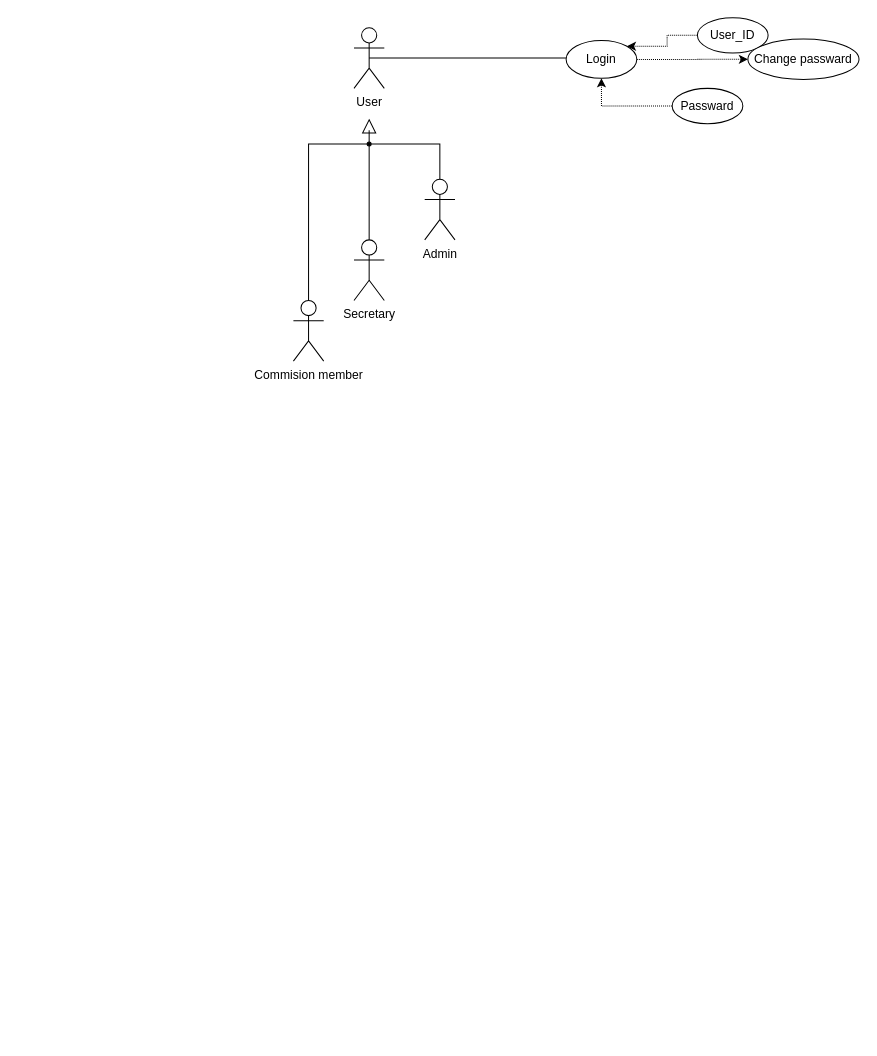
The draw.io diagram Untitled Diagram.drawio in gch144/ArtGallary_Databases, before the edit. Source tidied: cells renumbered, new cells numbered last; positions are measured from the earlier drawing's top-left corner, leaving out a move shared by most shapes. Both pictures are drawn from the tidied source at 101%, with x=0, y=0 at pixel (293, 17).
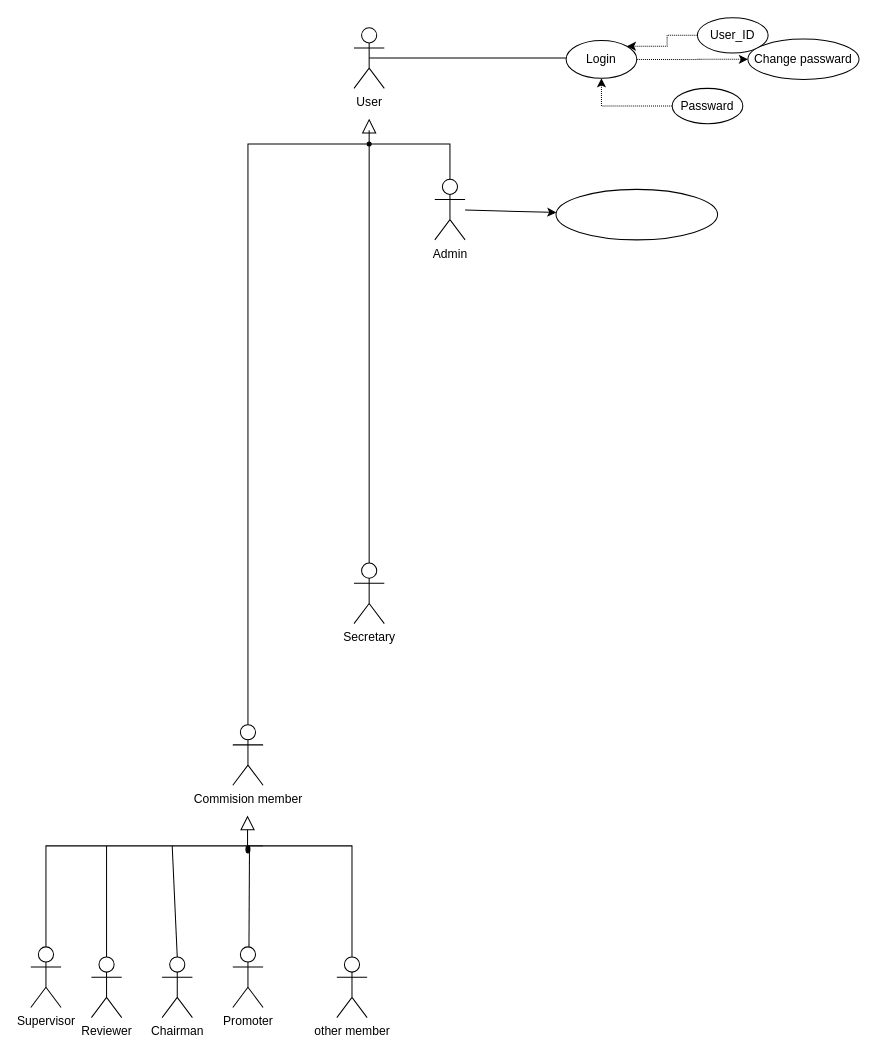
After the change.

Diff of the diagram source:
```diff
@@
+    <mxCell id="18" style="jettySize=auto;html=1;strokeColor=default;rounded=0;strokeWidth=1;" parent="1" edge="1" source="3" target="33">
+      <mxGeometry relative="1" as="geometry" />
+    </mxCell>
     <mxCell id="3" value="Admin&lt;br&gt;" style="shape=umlActor;html=1;verticalLabelPosition=bottom;verticalAlign=top;align=center;" parent="1" vertex="1">
-      <mxGeometry x="130" y="160" width="30" height="60" as="geometry" />
+      <mxGeometry x="140" y="160" width="30" height="60" as="geometry" />
     </mxCell>
     <mxCell id="4" value="Secretary" style="shape=umlActor;html=1;verticalLabelPosition=bottom;verticalAlign=top;align=center;" parent="1" vertex="1">
-      <mxGeometry x="60" y="220" width="30" height="60" as="geometry" />
+      <mxGeometry x="60" y="540" width="30" height="60" as="geometry" />
     </mxCell>
     <mxCell id="5" value="Commision member" style="shape=umlActor;html=1;verticalLabelPosition=bottom;verticalAlign=top;align=center;" parent="1" vertex="1">
-      <mxGeometry y="280" width="30" height="60" as="geometry" />
+      <mxGeometry x="-60" y="700" width="30" height="60" as="geometry" />
     </mxCell>
@@
+    <mxCell id="19" style="edgeStyle=elbowEdgeStyle;html=1;endSize=12;endArrow=block;endFill=0;elbow=horizontal;rounded=0;labelBackgroundColor=default;fontFamily=Helvetica;fontSize=11;fontColor=default;shape=connector;" parent="1" edge="1">
+      <mxGeometry x="1" relative="1" as="geometry">
+        <mxPoint x="-45.4" y="820" as="sourcePoint" />
+        <mxPoint x="-45.4" y="790" as="targetPoint" />
+        <Array as="points">
+          <mxPoint x="-45.4" y="820" />
+          <mxPoint x="264.6" y="740" />
+        </Array>
+      </mxGeometry>
+    </mxCell>
+    <mxCell id="20" style="edgeStyle=elbowEdgeStyle;html=1;elbow=vertical;verticalAlign=bottom;endArrow=none;rounded=0;labelBackgroundColor=default;fontFamily=Helvetica;fontSize=11;fontColor=default;startSize=14;shape=connector;entryX=0.5;entryY=0;entryDx=0;entryDy=0;entryPerimeter=0;" parent="1" edge="1" target="32">
+      <mxGeometry x="1" relative="1" as="geometry">
+        <mxPoint x="-30" y="820" as="sourcePoint" />
+        <Array as="points">
+          <mxPoint x="10" y="820" />
+        </Array>
+      </mxGeometry>
+    </mxCell>
+    <mxCell id="21" style="edgeStyle=elbowEdgeStyle;html=1;elbow=vertical;verticalAlign=bottom;endArrow=none;rounded=0;labelBackgroundColor=default;fontFamily=Helvetica;fontSize=11;fontColor=default;startSize=14;shape=connector;startArrow=none;entryX=0.5;entryY=0;entryDx=0;entryDy=0;entryPerimeter=0;" parent="1" edge="1" source="23" target="25">
+      <mxGeometry x="1" relative="1" as="geometry">
+        <Array as="points">
+          <mxPoint x="-230" y="820" />
+          <mxPoint x="-190" y="820" />
+          <mxPoint x="-180" y="820" />
+          <mxPoint x="-90" y="820" />
+          <mxPoint x="140" y="735" />
+          <mxPoint x="240" y="735" />
+        </Array>
+      </mxGeometry>
+    </mxCell>
+    <mxCell id="22" style="edgeStyle=elbowEdgeStyle;html=1;elbow=vertical;verticalAlign=bottom;endArrow=none;rounded=0;labelBackgroundColor=default;fontFamily=Helvetica;fontSize=11;fontColor=default;startSize=14;shape=connector;startArrow=none;" parent="1" edge="1" source="23">
+      <mxGeometry x="1" relative="1" as="geometry">
+        <mxPoint x="-30" y="820" as="targetPoint" />
+      </mxGeometry>
+    </mxCell>
+    <mxCell id="23" style="verticalAlign=bottom;html=1;ellipse;fillColor=strokeColor;fontFamily=Helvetica;fontSize=11;fontColor=default;direction=east;" parent="1" vertex="1">
+      <mxGeometry x="-47" y="820" width="4" height="7" as="geometry" />
+    </mxCell>
+    <mxCell id="24" style="edgeStyle=elbowEdgeStyle;html=1;elbow=vertical;verticalAlign=bottom;endArrow=none;rounded=0;labelBackgroundColor=default;fontFamily=Helvetica;fontSize=11;fontColor=default;startSize=14;shape=connector;" parent="1" edge="1" target="23">
+      <mxGeometry x="1" relative="1" as="geometry">
+        <mxPoint x="-30" y="820" as="sourcePoint" />
+      </mxGeometry>
+    </mxCell>
+    <mxCell id="25" value="Supervisor&lt;br&gt;" style="shape=umlActor;html=1;verticalLabelPosition=bottom;verticalAlign=top;align=center;" parent="1" vertex="1">
+      <mxGeometry x="-260" y="920" width="30" height="60" as="geometry" />
+    </mxCell>
+    <mxCell id="26" style="endArrow=none;html=1;rounded=0;exitX=0.5;exitY=0;exitDx=0;exitDy=0;exitPerimeter=0;" parent="1" edge="1" source="27">
+      <mxGeometry relative="1" as="geometry">
+        <mxPoint x="-185" y="820" as="targetPoint" />
+      </mxGeometry>
+    </mxCell>
+    <mxCell id="27" value="Reviewer" style="shape=umlActor;html=1;verticalLabelPosition=bottom;verticalAlign=top;align=center;" parent="1" vertex="1">
+      <mxGeometry x="-200" y="930" width="30" height="60" as="geometry" />
+    </mxCell>
+    <mxCell id="28" value="Chairman" style="shape=umlActor;html=1;verticalLabelPosition=bottom;verticalAlign=top;align=center;" parent="1" vertex="1">
+      <mxGeometry x="-130" y="930" width="30" height="60" as="geometry" />
+    </mxCell>
+    <mxCell id="29" style="endArrow=none;html=1;rounded=0;exitX=0.5;exitY=0;exitDx=0;exitDy=0;exitPerimeter=0;" parent="1" edge="1" source="28">
+      <mxGeometry relative="1" as="geometry">
+        <mxPoint x="-120" y="820" as="targetPoint" />
+      </mxGeometry>
+    </mxCell>
+    <mxCell id="30" style="endArrow=none;html=1;rounded=0;entryX=1;entryY=0;entryDx=0;entryDy=0;" parent="1" edge="1" target="23">
+      <mxGeometry relative="1" as="geometry">
+        <mxPoint x="-44" y="920" as="sourcePoint" />
+      </mxGeometry>
+    </mxCell>
+    <mxCell id="31" value="Promoter" style="shape=umlActor;html=1;verticalLabelPosition=bottom;verticalAlign=top;align=center;" parent="1" vertex="1">
+      <mxGeometry x="-60" y="920" width="30" height="60" as="geometry" />
+    </mxCell>
+    <mxCell id="32" value="other member" style="shape=umlActor;html=1;verticalLabelPosition=bottom;verticalAlign=top;align=center;" parent="1" vertex="1">
+      <mxGeometry x="43" y="930" width="30" height="60" as="geometry" />
+    </mxCell>
+    <mxCell id="33" style="ellipse;whiteSpace=wrap;html=1;verticalAlign=top;" parent="1" vertex="1">
+      <mxGeometry x="260" y="170" width="160" height="50" as="geometry" />
+    </mxCell>
```
